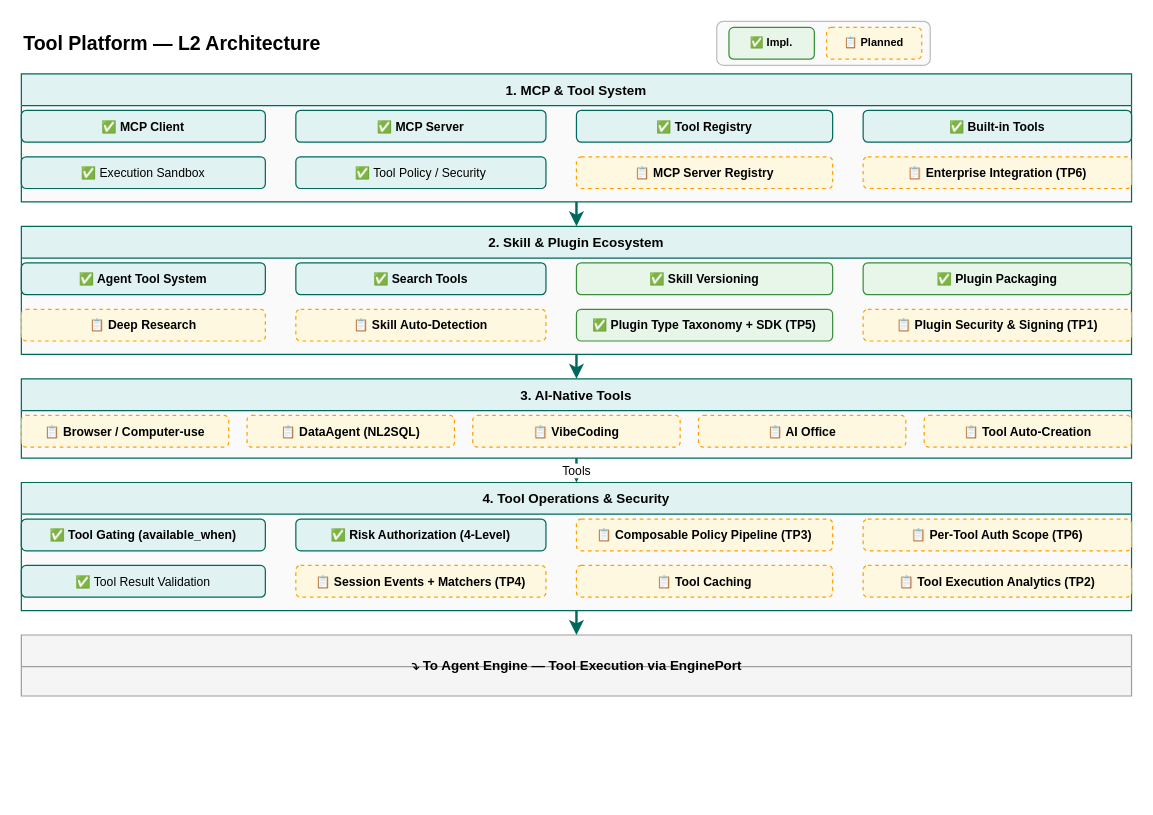
xueyufish/hecate keeps this draw.io diagram as docs/design/hardware/tool-platform-l2.drawio. Above is the earlier version. Source tidied: cells renumbered, new cells numbered last; positions are measured from the earlier drawing's top-left corner, leaving out a move shared by most shapes. Both pictures are drawn from the tidied source at 122%, with x=0, y=0 at pixel (21, 21).
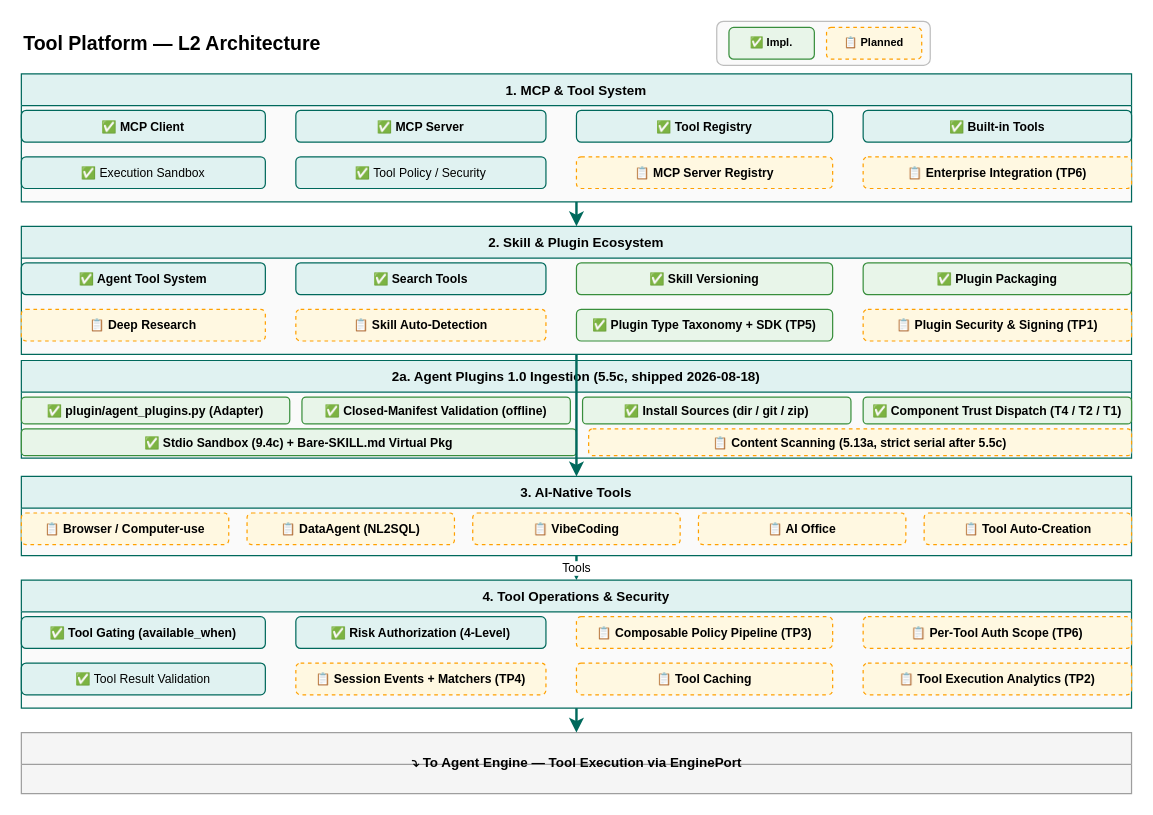
The same diagram, later.

What changed in the source:
```diff
@@
+    <mxCell id="45" value="2a. Agent Plugins 1.0 Ingestion (5.5c, shipped 2026-08-18)" style="swimlane;startSize=26;fillColor=#E0F2F1;strokeColor=#00695C;fontSize=11;fontStyle=1;swimlaneFillColor=#FAFAFA;" parent="1" vertex="1">
+      <mxGeometry y="278" width="910" height="80" as="geometry" />
+    </mxCell>
+    <mxCell id="46" value="✅ plugin/agent_plugins.py (Adapter)" style="rounded=1;whiteSpace=wrap;html=1;fillColor=#E8F5E9;strokeColor=#388E3C;fontSize=10;fontStyle=1;" parent="45" vertex="1">
+      <mxGeometry y="30" width="220" height="22" as="geometry" />
+    </mxCell>
+    <mxCell id="47" value="✅ Closed-Manifest Validation (offline)" style="rounded=1;whiteSpace=wrap;html=1;fillColor=#E8F5E9;strokeColor=#388E3C;fontSize=10;fontStyle=1;" parent="45" vertex="1">
+      <mxGeometry x="230" y="30" width="220" height="22" as="geometry" />
+    </mxCell>
+    <mxCell id="48" value="✅ Install Sources (dir / git / zip)" style="rounded=1;whiteSpace=wrap;html=1;fillColor=#E8F5E9;strokeColor=#388E3C;fontSize=10;fontStyle=1;" parent="45" vertex="1">
+      <mxGeometry x="460" y="30" width="220" height="22" as="geometry" />
+    </mxCell>
+    <mxCell id="49" value="✅ Component Trust Dispatch (T4 / T2 / T1)" style="rounded=1;whiteSpace=wrap;html=1;fillColor=#E8F5E9;strokeColor=#388E3C;fontSize=10;fontStyle=1;" parent="45" vertex="1">
+      <mxGeometry x="690" y="30" width="220" height="22" as="geometry" />
+    </mxCell>
+    <mxCell id="50" value="✅ Stdio Sandbox (9.4c) + Bare-SKILL.md Virtual Pkg" style="rounded=1;whiteSpace=wrap;html=1;fillColor=#E8F5E9;strokeColor=#388E3C;fontSize=10;fontStyle=1;" parent="45" vertex="1">
+      <mxGeometry y="56" width="455" height="22" as="geometry" />
+    </mxCell>
+    <mxCell id="51" value="📋 Content Scanning (5.13a, strict serial after 5.5c)" style="rounded=1;whiteSpace=wrap;html=1;fillColor=#FFF8E1;strokeColor=#FFA000;fontSize=10;fontStyle=1;dashed=1;" parent="45" vertex="1">
+      <mxGeometry x="465" y="56" width="445" height="22" as="geometry" />
+    </mxCell>
     <mxCell id="24" value="3. AI-Native Tools" style="swimlane;startSize=26;fillColor=#E0F2F1;strokeColor=#00695C;fontSize=11;fontStyle=1;swimlaneFillColor=#FAFAFA;" parent="1" vertex="1">
-      <mxGeometry y="293" width="910" height="65" as="geometry" />
+      <mxGeometry y="373" width="910" height="65" as="geometry" />
     </mxCell>
@@
     <mxCell id="30" value="4. Tool Operations &amp; Security" style="swimlane;startSize=26;fillColor=#E0F2F1;strokeColor=#00695C;fontSize=11;fontStyle=1;swimlaneFillColor=#FAFAFA;" parent="1" vertex="1">
-      <mxGeometry y="378" width="910" height="105" as="geometry" />
+      <mxGeometry y="458" width="910" height="105" as="geometry" />
     </mxCell>
@@
     <mxCell id="39" style="swimlane;startSize=26;fillColor=#F5F5F5;strokeColor=#9E9E9E;fontSize=11;fontStyle=1;swimlaneFillColor=#F5F5F5;" parent="1" vertex="1">
-      <mxGeometry y="503" width="910" height="50" as="geometry" />
+      <mxGeometry y="583" width="910" height="50" as="geometry" />
     </mxCell>
```
